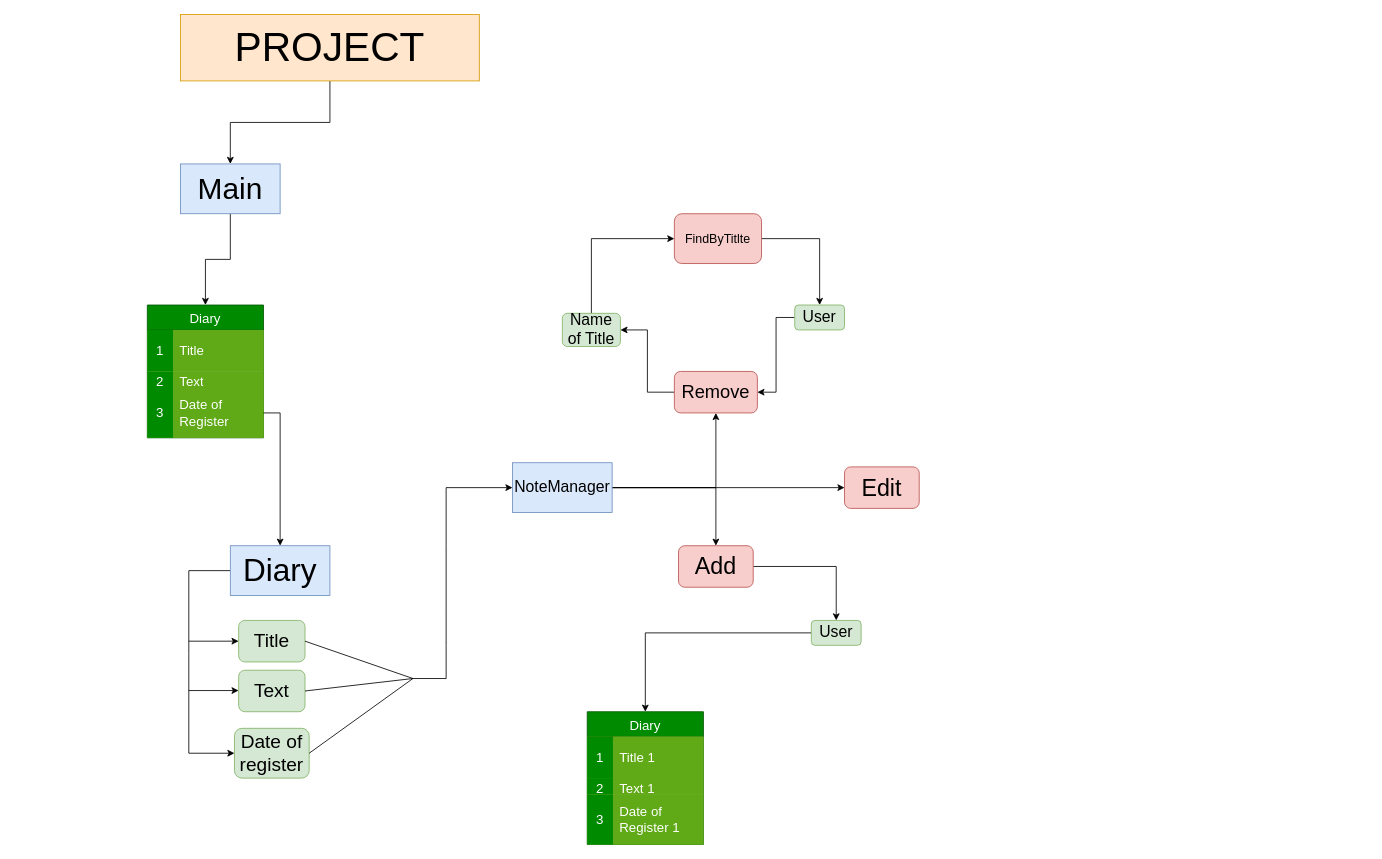
Above: Final_Project/FinalProject2.drawio in Lyagushechka1/FinalProject (draw.io), before the change. Source tidied: cells renumbered, new cells numbered last; positions are measured from the earlier drawing's top-left corner, leaving out a move shared by most shapes. Both pictures are drawn from the tidied source at 83%, with x=0, y=0 at pixel (147, 14).
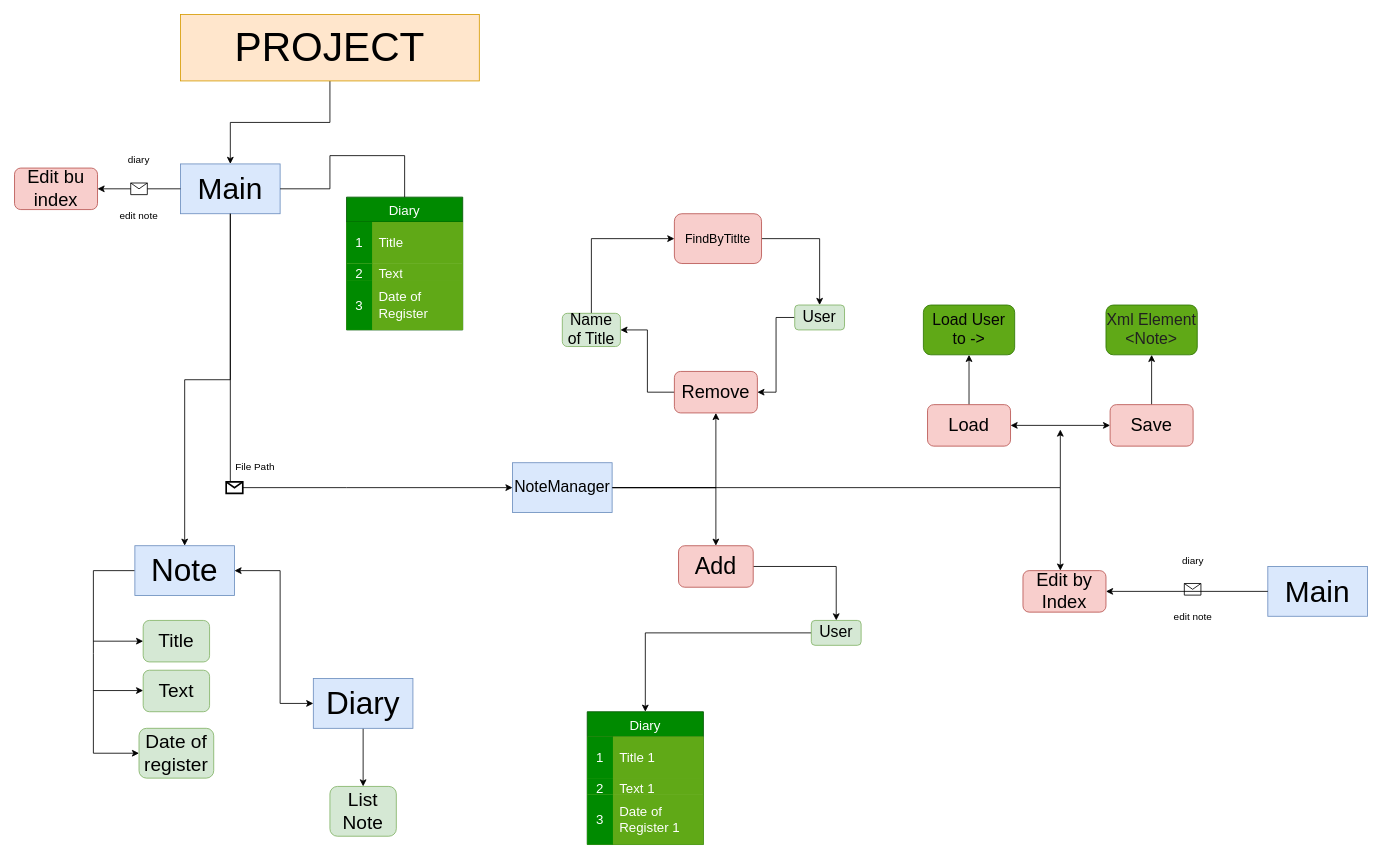
The same page after the edit.

Unchanged cells that the change refers to:
```xml
<mxCell id="5" value="&lt;font style=&quot;font-size: 36px;&quot;&gt;Main&lt;/font&gt;" style="rounded=0;whiteSpace=wrap;html=1;fillColor=#dae8fc;strokeColor=#6c8ebf;" parent="1" vertex="1">
  <mxGeometry x="40" y="180" width="120" height="60" as="geometry" />
</mxCell>
<mxCell id="13" style="shape=tableRow;horizontal=0;startSize=0;swimlaneHead=0;swimlaneBody=0;top=0;left=0;bottom=0;right=0;fillColor=#60a917;points=[[0,0.5],[1,0.5]];portConstraint=eastwest;strokeColor=#2D7600;fontSize=16;fontColor=#ffffff;" parent="6" vertex="1">
  <mxGeometry y="100" width="140" height="60" as="geometry" />
</mxCell>
<mxCell id="30" value="&lt;font style=&quot;font-size: 19px;&quot;&gt;NoteManager&lt;/font&gt;" style="rounded=0;whiteSpace=wrap;html=1;fillColor=#dae8fc;strokeColor=#6c8ebf;" parent="1" vertex="1">
  <mxGeometry x="440" y="540" width="120" height="60" as="geometry" />
</mxCell>
```

Change to the diagram source:
```diff
@@
-    <mxCell id="4" style="edgeStyle=orthogonalEdgeStyle;rounded=0;jettySize=auto;html=1;entryX=0.5;entryY=0;entryDx=0;entryDy=0;" parent="1" edge="1" source="5" target="6">
-      <mxGeometry relative="1" as="geometry" />
-    </mxCell>
@@
     <mxCell id="6" value="Diary" style="shape=table;startSize=30;childLayout=tableLayout;rowLines=0;fontStyle=0;strokeColor=#005700;fontSize=16;fillColor=#008a00;fontColor=#ffffff;" parent="1" vertex="1">
-      <mxGeometry y="350" width="140" height="160" as="geometry" />
+      <mxGeometry x="240" y="220" width="140" height="160" as="geometry" />
     </mxCell>
@@
     <mxCell id="16" value="&lt;font style=&quot;font-size: 23px;&quot;&gt;Title&lt;/font&gt;" style="rounded=1;whiteSpace=wrap;html=1;fillColor=#d5e8d4;strokeColor=#82b366;" parent="1" vertex="1">
-      <mxGeometry x="110" y="730" width="80" height="50" as="geometry" />
+      <mxGeometry x="-5" y="730" width="80" height="50" as="geometry" />
     </mxCell>
     <mxCell id="17" value="&lt;font style=&quot;font-size: 23px;&quot;&gt;Text&lt;/font&gt;" style="rounded=1;whiteSpace=wrap;html=1;fillColor=#d5e8d4;strokeColor=#82b366;" parent="1" vertex="1">
-      <mxGeometry x="110" y="790" width="80" height="50" as="geometry" />
+      <mxGeometry x="-5" y="790" width="80" height="50" as="geometry" />
     </mxCell>
     <mxCell id="18" value="&lt;font style=&quot;font-size: 23px;&quot;&gt;Date of register&lt;/font&gt;" style="rounded=1;whiteSpace=wrap;html=1;fillColor=#d5e8d4;strokeColor=#82b366;" parent="1" vertex="1">
-      <mxGeometry x="105" y="860" width="90" height="60" as="geometry" />
+      <mxGeometry x="-10" y="860" width="90" height="60" as="geometry" />
     </mxCell>
-    <mxCell id="19" style="endArrow=classic;html=1;rounded=0;exitX=0;exitY=0.5;exitDx=0;exitDy=0;entryX=0;entryY=0.5;entryDx=0;entryDy=0;" parent="1" edge="1" source="22" target="18">
+    <mxCell id="19" style="endArrow=classic;html=1;rounded=0;exitX=0;exitY=0.5;exitDx=0;exitDy=0;entryX=0;entryY=0.5;entryDx=0;entryDy=0;" parent="1" edge="1" source="22">
       <mxGeometry relative="1" as="geometry">
+        <mxPoint x="-10" y="890" as="targetPoint" />
         <Array as="points">
-          <mxPoint x="50" y="670" />
-          <mxPoint x="50" y="770" />
-          <mxPoint x="50" y="890" />
+          <mxPoint x="-65" y="670" />
+          <mxPoint x="-65" y="770" />
+          <mxPoint x="-65" y="890" />
         </Array>
       </mxGeometry>
     </mxCell>
     <mxCell id="20" style="endArrow=classic;html=1;rounded=0;entryX=0;entryY=0.5;entryDx=0;entryDy=0;" parent="1" edge="1" target="16">
       <mxGeometry relative="1" as="geometry">
-        <mxPoint x="50" y="755" as="sourcePoint" />
+        <mxPoint x="-65" y="755" as="sourcePoint" />
       </mxGeometry>
     </mxCell>
     <mxCell id="21" style="endArrow=classic;html=1;rounded=0;entryX=0;entryY=0.5;entryDx=0;entryDy=0;" parent="1" edge="1">
       <mxGeometry relative="1" as="geometry">
-        <mxPoint x="50" y="814.5" as="sourcePoint" />
-        <mxPoint x="110" y="814.5" as="targetPoint" />
+        <mxPoint x="-65" y="814.5" as="sourcePoint" />
+        <mxPoint x="-5" y="814.5" as="targetPoint" />
       </mxGeometry>
     </mxCell>
-    <mxCell id="22" value="&lt;font style=&quot;font-size: 38px;&quot;&gt;Diary&lt;/font&gt;" style="rounded=0;whiteSpace=wrap;html=1;fillColor=#dae8fc;strokeColor=#6c8ebf;" parent="1" vertex="1">
-      <mxGeometry x="100" y="640" width="120" height="60" as="geometry" />
+    <mxCell id="22" value="&lt;font style=&quot;font-size: 38px;&quot;&gt;Note&lt;/font&gt;" style="rounded=0;whiteSpace=wrap;html=1;fillColor=#dae8fc;strokeColor=#6c8ebf;" parent="1" vertex="1">
+      <mxGeometry x="-15" y="640" width="120" height="60" as="geometry" />
     </mxCell>
-    <mxCell id="23" style="edgeStyle=orthogonalEdgeStyle;rounded=0;jettySize=auto;html=1;entryX=0.5;entryY=0;entryDx=0;entryDy=0;" parent="1" edge="1" source="13" target="22">
-      <mxGeometry relative="1" as="geometry" />
-    </mxCell>
-    <mxCell id="24" style="endArrow=none;html=1;rounded=0;exitX=1;exitY=0.5;exitDx=0;exitDy=0;" parent="1" edge="1" source="16">
-      <mxGeometry relative="1" as="geometry">
-        <mxPoint x="320" y="800" as="targetPoint" />
-      </mxGeometry>
-    </mxCell>
-    <mxCell id="25" style="endArrow=none;html=1;rounded=0;exitX=1;exitY=0.5;exitDx=0;exitDy=0;" parent="1" edge="1" source="17">
-      <mxGeometry relative="1" as="geometry">
-        <mxPoint x="320" y="800" as="targetPoint" />
-      </mxGeometry>
-    </mxCell>
-    <mxCell id="26" style="endArrow=none;html=1;rounded=0;exitX=1;exitY=0.5;exitDx=0;exitDy=0;" parent="1" edge="1" source="18">
-      <mxGeometry relative="1" as="geometry">
-        <mxPoint x="320" y="800" as="targetPoint" />
-      </mxGeometry>
-    </mxCell>
@@
-    <mxCell id="29" style="edgeStyle=orthogonalEdgeStyle;rounded=0;jettySize=auto;html=1;entryX=0;entryY=0.5;entryDx=0;entryDy=0;" parent="1" edge="1" source="30" target="54">
-      <mxGeometry relative="1" as="geometry" />
-    </mxCell>
@@
-    <mxCell id="31" style="endArrow=classic;html=1;rounded=0;entryX=0;entryY=0.5;entryDx=0;entryDy=0;" parent="1" edge="1" target="30">
-      <mxGeometry relative="1" as="geometry">
-        <mxPoint x="320" y="800" as="sourcePoint" />
-        <Array as="points">
-          <mxPoint x="360" y="800" />
-          <mxPoint x="360" y="760" />
-          <mxPoint x="360" y="720" />
-          <mxPoint x="360" y="640" />
-          <mxPoint x="360" y="570" />
-        </Array>
-      </mxGeometry>
-    </mxCell>
@@
-    <mxCell id="54" value="&lt;font style=&quot;font-size: 28px;&quot;&gt;Edit&lt;/font&gt;" style="rounded=1;whiteSpace=wrap;html=1;fillColor=#f8cecc;strokeColor=#b85450;" parent="1" vertex="1">
-      <mxGeometry x="840" y="545" width="90" height="50" as="geometry" />
-    </mxCell>
+    <mxCell id="4" style="endArrow=none;html=1;rounded=0;exitX=1;exitY=0.5;exitDx=0;exitDy=0;entryX=0.5;entryY=0;entryDx=0;entryDy=0;" parent="1" edge="1" source="5" target="6">
+      <mxGeometry relative="1" as="geometry">
+        <Array as="points">
+          <mxPoint x="220" y="210" />
+          <mxPoint x="220" y="170" />
+          <mxPoint x="310" y="170" />
+        </Array>
+      </mxGeometry>
+    </mxCell>
+    <mxCell id="55" style="edgeStyle=orthogonalEdgeStyle;rounded=0;jettySize=auto;html=1;" parent="1" edge="1" source="56" target="58">
+      <mxGeometry relative="1" as="geometry" />
+    </mxCell>
+    <mxCell id="56" value="&lt;font style=&quot;font-size: 38px;&quot;&gt;Diary&lt;/font&gt;" style="rounded=0;whiteSpace=wrap;html=1;fillColor=#dae8fc;strokeColor=#6c8ebf;" parent="1" vertex="1">
+      <mxGeometry x="200" y="800" width="120" height="60" as="geometry" />
+    </mxCell>
+    <mxCell id="57" style="endArrow=classic;startArrow=classic;html=1;rounded=0;exitX=1;exitY=0.5;exitDx=0;exitDy=0;entryX=0;entryY=0.5;entryDx=0;entryDy=0;" parent="1" edge="1" source="22" target="56">
+      <mxGeometry relative="1" as="geometry">
+        <Array as="points">
+          <mxPoint x="160" y="670" />
+          <mxPoint x="160" y="830" />
+        </Array>
+      </mxGeometry>
+    </mxCell>
+    <mxCell id="58" value="&lt;font style=&quot;font-size: 23px;&quot;&gt;List&lt;br&gt;Note&lt;/font&gt;" style="rounded=1;whiteSpace=wrap;html=1;fillColor=#d5e8d4;strokeColor=#82b366;" parent="1" vertex="1">
+      <mxGeometry x="220" y="930" width="80" height="60" as="geometry" />
+    </mxCell>
+    <mxCell id="59" style="endArrow=classic;html=1;rounded=0;exitX=0.5;exitY=1;exitDx=0;exitDy=0;entryX=0.5;entryY=0;entryDx=0;entryDy=0;" parent="1" edge="1" source="5" target="22">
+      <mxGeometry relative="1" as="geometry">
+        <Array as="points">
+          <mxPoint x="100" y="440" />
+          <mxPoint x="45" y="440" />
+        </Array>
+      </mxGeometry>
+    </mxCell>
+    <mxCell id="60" style="endArrow=classic;html=1;rounded=0;exitX=0.5;exitY=1;exitDx=0;exitDy=0;entryX=0;entryY=0.5;entryDx=0;entryDy=0;" parent="1" edge="1" source="5" target="30">
+      <mxGeometry relative="1" as="geometry">
+        <Array as="points">
+          <mxPoint x="100" y="570" />
+          <mxPoint x="240" y="570" />
+        </Array>
+      </mxGeometry>
+    </mxCell>
+    <mxCell id="61" style="shape=message;html=1;strokeWidth=2;" parent="60" vertex="1">
+      <mxGeometry width="20" height="14" relative="1" as="geometry">
+        <mxPoint x="-10" y="-7" as="offset" />
+      </mxGeometry>
+    </mxCell>
+    <mxCell id="62" value="File Path" style="text;html=1;align=center;verticalAlign=middle;whiteSpace=wrap;rounded=0;" parent="1" vertex="1">
+      <mxGeometry x="100" y="530" width="60" height="30" as="geometry" />
+    </mxCell>
+    <mxCell id="63" style="endArrow=classic;html=1;rounded=0;exitX=1;exitY=0.5;exitDx=0;exitDy=0;" parent="1" edge="1" source="30">
+      <mxGeometry relative="1" as="geometry">
+        <mxPoint x="1100" y="500" as="targetPoint" />
+        <Array as="points">
+          <mxPoint x="1100" y="570" />
+        </Array>
+      </mxGeometry>
+    </mxCell>
+    <mxCell id="64" style="edgeStyle=orthogonalEdgeStyle;rounded=0;jettySize=auto;html=1;entryX=0.5;entryY=1;entryDx=0;entryDy=0;" parent="1" edge="1" source="65" target="70">
+      <mxGeometry relative="1" as="geometry" />
+    </mxCell>
+    <mxCell id="65" value="&lt;font style=&quot;font-size: 22px;&quot;&gt;Load&lt;/font&gt;" style="rounded=1;whiteSpace=wrap;html=1;fillColor=#f8cecc;strokeColor=#b85450;" parent="1" vertex="1">
+      <mxGeometry x="940" y="470" width="100" height="50" as="geometry" />
+    </mxCell>
+    <mxCell id="66" style="edgeStyle=orthogonalEdgeStyle;rounded=0;jettySize=auto;html=1;entryX=0.5;entryY=1;entryDx=0;entryDy=0;" parent="1" edge="1" source="67" target="69">
+      <mxGeometry relative="1" as="geometry" />
+    </mxCell>
+    <mxCell id="67" value="&lt;font style=&quot;font-size: 22px;&quot;&gt;Save&lt;/font&gt;" style="rounded=1;whiteSpace=wrap;html=1;fillColor=#f8cecc;strokeColor=#b85450;" parent="1" vertex="1">
+      <mxGeometry x="1160" y="470" width="100" height="50" as="geometry" />
+    </mxCell>
+    <mxCell id="68" style="endArrow=classic;startArrow=classic;html=1;rounded=0;exitX=1;exitY=0.5;exitDx=0;exitDy=0;entryX=0;entryY=0.5;entryDx=0;entryDy=0;" parent="1" edge="1" source="65" target="67">
+      <mxGeometry relative="1" as="geometry" />
+    </mxCell>
+    <mxCell id="69" value="&lt;font color=&quot;#212121&quot; style=&quot;font-size: 19px;&quot;&gt;Xml Element &amp;lt;Note&amp;gt;&lt;/font&gt;" style="rounded=1;whiteSpace=wrap;html=1;fillColor=#60a917;strokeColor=#2D7600;fontColor=#ffffff;" parent="1" vertex="1">
+      <mxGeometry x="1155" y="350" width="110" height="60" as="geometry" />
+    </mxCell>
+    <mxCell id="70" value="&lt;span style=&quot;font-size: 19px;&quot;&gt;&lt;font color=&quot;#050505&quot;&gt;Load User&lt;/font&gt;&lt;/span&gt;&lt;div&gt;&lt;span style=&quot;font-size: 19px;&quot;&gt;&lt;font color=&quot;#050505&quot;&gt;to -&amp;gt;&lt;/font&gt;&lt;/span&gt;&lt;/div&gt;" style="rounded=1;whiteSpace=wrap;html=1;fillColor=#60a917;strokeColor=#2D7600;fontColor=#ffffff;" parent="1" vertex="1">
+      <mxGeometry x="935" y="350" width="110" height="60" as="geometry" />
+    </mxCell>
+    <mxCell id="71" style="endArrow=classic;html=1;rounded=0;" parent="1" edge="1">
+      <mxGeometry relative="1" as="geometry">
+        <mxPoint x="1100" y="570" as="sourcePoint" />
+        <mxPoint x="1100" y="670" as="targetPoint" />
+      </mxGeometry>
+    </mxCell>
+    <mxCell id="72" value="&lt;font style=&quot;font-size: 22px;&quot;&gt;Edit by Index&lt;/font&gt;" style="rounded=1;whiteSpace=wrap;html=1;fillColor=#f8cecc;strokeColor=#b85450;" parent="1" vertex="1">
+      <mxGeometry x="1055" y="670" width="100" height="50" as="geometry" />
+    </mxCell>
+    <mxCell id="73" value="&lt;font style=&quot;font-size: 22px;&quot;&gt;Edit bu index&lt;/font&gt;" style="rounded=1;whiteSpace=wrap;html=1;fillColor=#f8cecc;strokeColor=#b85450;" parent="1" vertex="1">
+      <mxGeometry x="-160" y="185" width="100" height="50" as="geometry" />
+    </mxCell>
+    <mxCell id="74" style="endArrow=classic;html=1;rounded=0;exitX=0;exitY=0.5;exitDx=0;exitDy=0;entryX=1;entryY=0.5;entryDx=0;entryDy=0;" parent="1" edge="1" source="5" target="73">
+      <mxGeometry relative="1" as="geometry" />
+    </mxCell>
+    <mxCell id="75" style="shape=message;html=1;" parent="74" vertex="1">
+      <mxGeometry width="20" height="14" relative="1" as="geometry">
+        <mxPoint x="-10" y="-7" as="offset" />
+      </mxGeometry>
+    </mxCell>
+    <mxCell id="76" value="diary" style="text;html=1;align=center;verticalAlign=middle;whiteSpace=wrap;rounded=0;" parent="1" vertex="1">
+      <mxGeometry x="-40" y="160" width="60" height="30" as="geometry" />
+    </mxCell>
+    <mxCell id="77" value="edit note&lt;div&gt;&lt;br&gt;&lt;/div&gt;" style="text;html=1;align=center;verticalAlign=middle;whiteSpace=wrap;rounded=0;" parent="1" vertex="1">
+      <mxGeometry x="-40" y="235" width="60" height="30" as="geometry" />
+    </mxCell>
+    <mxCell id="78" value="&lt;font style=&quot;font-size: 36px;&quot;&gt;Main&lt;/font&gt;" style="rounded=0;whiteSpace=wrap;html=1;fillColor=#dae8fc;strokeColor=#6c8ebf;" parent="1" vertex="1">
+      <mxGeometry x="1350" y="665" width="120" height="60" as="geometry" />
+    </mxCell>
+    <mxCell id="79" style="shape=message;html=1;" parent="1" vertex="1">
+      <mxGeometry x="1249.4" y="685.5" width="20" height="14" as="geometry" />
+    </mxCell>
+    <mxCell id="80" value="diary" style="text;html=1;align=center;verticalAlign=middle;whiteSpace=wrap;rounded=0;" parent="1" vertex="1">
+      <mxGeometry x="1230" y="642.5" width="60" height="30" as="geometry" />
+    </mxCell>
+    <mxCell id="81" value="edit note&lt;div&gt;&lt;br&gt;&lt;/div&gt;" style="text;html=1;align=center;verticalAlign=middle;whiteSpace=wrap;rounded=0;" parent="1" vertex="1">
+      <mxGeometry x="1230" y="717.5" width="60" height="30" as="geometry" />
+    </mxCell>
+    <mxCell id="82" style="endArrow=classic;html=1;rounded=0;exitX=0;exitY=0.5;exitDx=0;exitDy=0;entryX=1;entryY=0.5;entryDx=0;entryDy=0;" parent="1" edge="1" source="78" target="72">
+      <mxGeometry relative="1" as="geometry" />
+    </mxCell>
```
